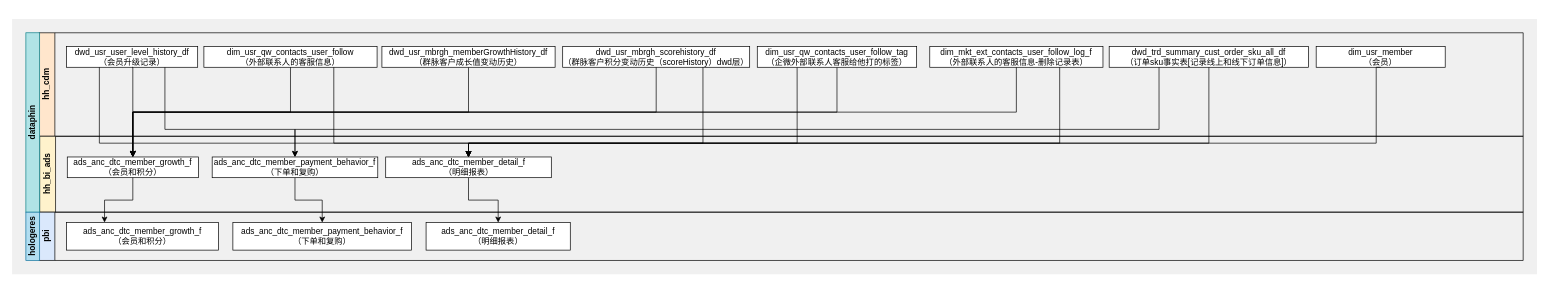
ztacode/drawio keeps this draw.io diagram as 会员BI报表.drawio. Above is the earlier version. Source tidied: cells renumbered, new cells numbered last; positions are measured from the earlier drawing's top-left corner, leaving out a move shared by most shapes. Both pictures are drawn from the tidied source at 69%, with x=0, y=0 at pixel (12, 19).
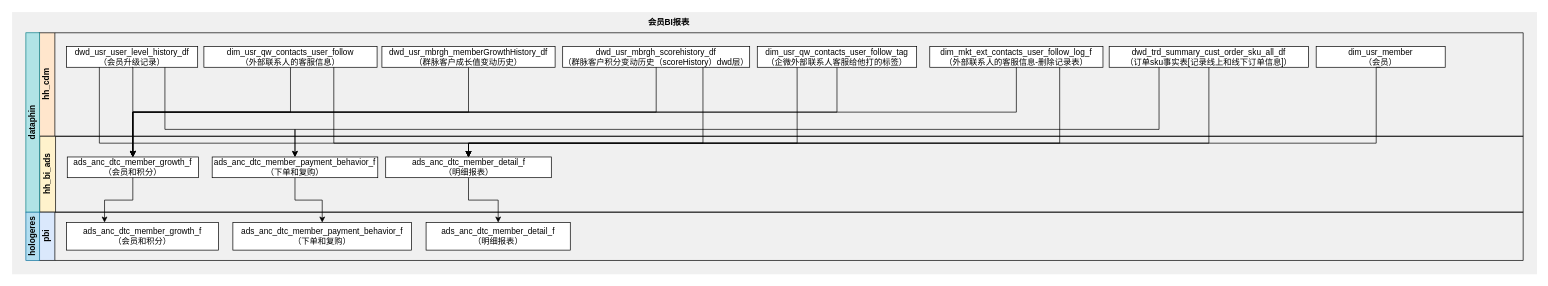
The same page after the edit.

Commit message:
更新会员BI报表.drawio

Change to the diagram source:
```diff
@@
     <mxCell id="2" style="rounded=0;whiteSpace=wrap;html=1;fillColor=#F0F0F0;strokeColor=none;" parent="1" vertex="1">
-      <mxGeometry width="2210" height="370" as="geometry" />
+      <mxGeometry y="-10" width="2210" height="380" as="geometry" />
     </mxCell>
@@
+    <mxCell id="40" value="&lt;b&gt;会员BI报表&lt;/b&gt;" style="text;html=1;strokeColor=none;fillColor=none;align=center;verticalAlign=middle;whiteSpace=wrap;rounded=0;" parent="1" vertex="1">
+      <mxGeometry x="904" y="-10" width="96" height="30" as="geometry" />
+    </mxCell>
```
